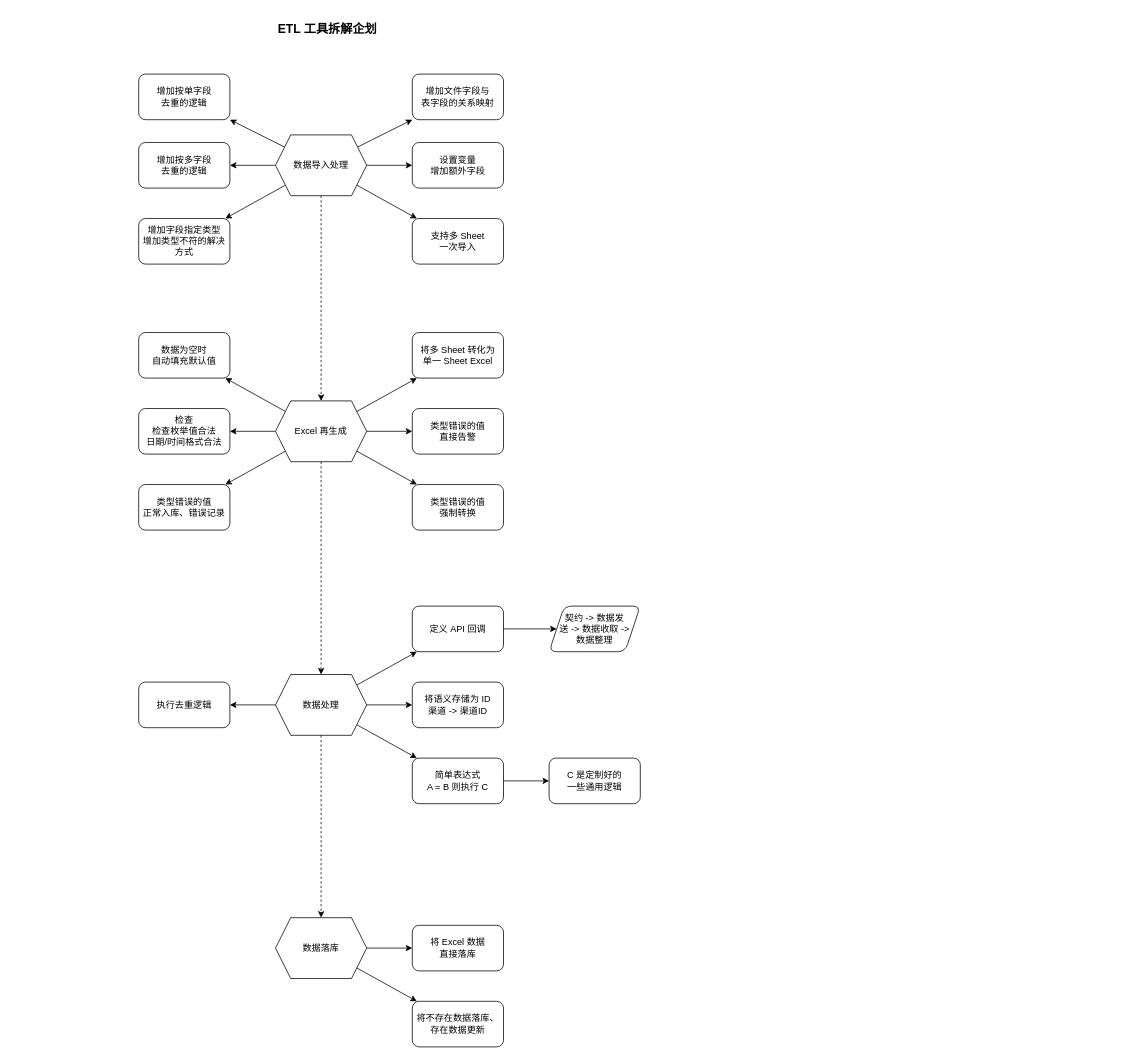
Earlier version of the draw.io diagram page "Golang'ETL" (3 of 4) of 结构分析.drawio (uiosun/diagrams). Source tidied: cells renumbered, new cells numbered last; positions are measured from the earlier drawing's top-left corner, leaving out a move shared by most shapes. Both pictures are drawn from the tidied source at 76%, with x=0, y=0 at pixel (14, 13).
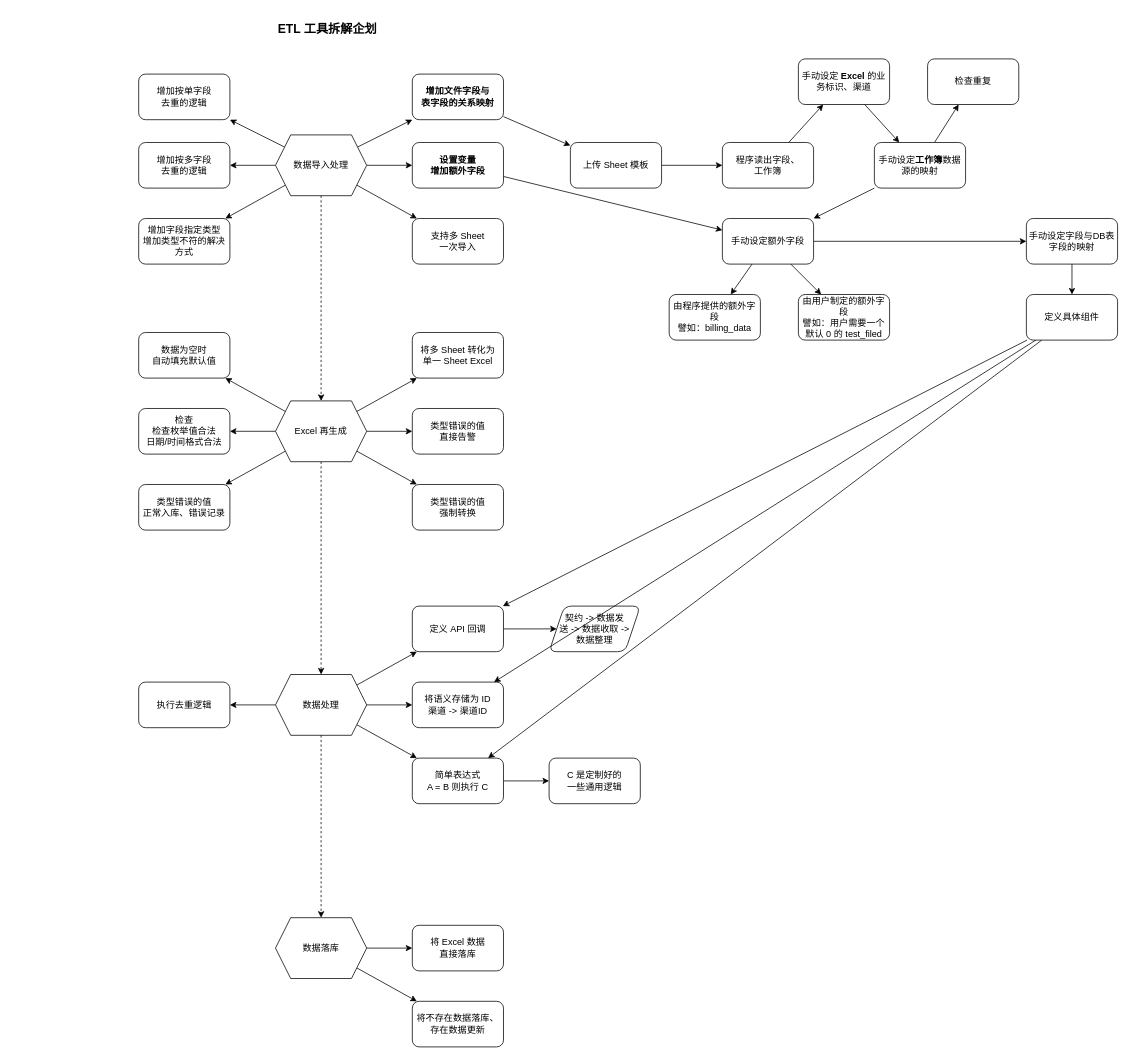
The same diagram, later.

Commit message:
ETL 流程更新

Unchanged cells that the change refers to:
```xml
<mxCell id="9" value="简单表达式&lt;br&gt;A = B 则执行 C" style="rounded=1;whiteSpace=wrap;html=1;" parent="1" vertex="1">
  <mxGeometry x="523" y="980" width="120" height="60" as="geometry" />
</mxCell>
<mxCell id="12" value="定义 API 回调" style="rounded=1;whiteSpace=wrap;html=1;" parent="1" vertex="1">
  <mxGeometry x="523" y="780" width="120" height="60" as="geometry" />
</mxCell>
<mxCell id="13" value="&lt;div&gt;将语义存储为 ID&lt;/div&gt;&lt;div&gt;渠道 -&amp;gt; 渠道ID&lt;/div&gt;" style="rounded=1;whiteSpace=wrap;html=1;" parent="1" vertex="1">
  <mxGeometry x="523" y="880" width="120" height="60" as="geometry" />
</mxCell>
<mxCell id="16" value="&lt;font style=&quot;font-size: 12px;&quot;&gt;数据处理&lt;/font&gt;" style="shape=hexagon;perimeter=hexagonPerimeter2;whiteSpace=wrap;html=1;fixedSize=1;fontFamily=Helvetica;fontSize=11;fontColor=default;" parent="1" vertex="1">
  <mxGeometry x="343" y="870" width="120" height="80" as="geometry" />
</mxCell>
```

Change to the diagram source:
```diff
@@
-    <mxCell id="3" style="rounded=0;jettySize=auto;html=1;" parent="1" edge="1" source="16" target="12">
-      <mxGeometry relative="1" as="geometry" />
+    <mxCell id="3" style="rounded=0;jettySize=auto;html=1;" parent="1" edge="1" source="16">
+      <mxGeometry relative="1" as="geometry">
+        <mxPoint x="529" y="840" as="targetPoint" />
+      </mxGeometry>
     </mxCell>
     <mxCell id="4" value="&lt;font style=&quot;font-size: 16px;&quot;&gt;&lt;b&gt;ETL 工具拆解企划&lt;/b&gt;&lt;/font&gt;" style="text;html=1;strokeColor=none;fillColor=none;align=center;verticalAlign=middle;whiteSpace=wrap;rounded=0;" parent="1" vertex="1">
-      <mxGeometry width="823" height="40" as="geometry" />
+      <mxGeometry x="-2" width="827" height="40" as="geometry" />
     </mxCell>
@@
+    <mxCell id="50" style="edgeStyle=none;rounded=0;jettySize=auto;html=1;" parent="1" edge="1" source="6" target="67">
+      <mxGeometry relative="1" as="geometry" />
+    </mxCell>
-    <mxCell id="6" value="设置变量&lt;br&gt;增加额外字段" style="rounded=1;whiteSpace=wrap;html=1;" parent="1" vertex="1">
+    <mxCell id="6" value="设置变量&lt;br&gt;增加额外字段" style="rounded=1;whiteSpace=wrap;html=1;fontStyle=1;" parent="1" vertex="1">
       <mxGeometry x="523" y="170" width="120" height="60" as="geometry" />
     </mxCell>
@@
+    <mxCell id="51" style="edgeStyle=none;rounded=0;jettySize=auto;html=1;" parent="1" edge="1" source="21" target="53">
+      <mxGeometry relative="1" as="geometry" />
+    </mxCell>
-    <mxCell id="21" value="增加文件字段与&lt;br&gt;表字段的关系映射" style="rounded=1;whiteSpace=wrap;html=1;" parent="1" vertex="1">
+    <mxCell id="21" value="增加文件字段与&lt;br&gt;表字段的关系映射" style="rounded=1;whiteSpace=wrap;html=1;fontStyle=1;" parent="1" vertex="1">
       <mxGeometry x="523" y="80" width="120" height="60" as="geometry" />
     </mxCell>
@@
+    <mxCell id="52" style="edgeStyle=orthogonalEdgeStyle;rounded=0;jettySize=auto;html=1;" parent="1" edge="1" source="53" target="55">
+      <mxGeometry relative="1" as="geometry" />
+    </mxCell>
+    <mxCell id="53" value="上传 Sheet 模板" style="rounded=1;whiteSpace=wrap;html=1;" parent="1" vertex="1">
+      <mxGeometry x="731" y="170" width="120" height="60" as="geometry" />
+    </mxCell>
+    <mxCell id="54" style="rounded=0;jettySize=auto;html=1;" parent="1" edge="1" source="55" target="63">
+      <mxGeometry relative="1" as="geometry" />
+    </mxCell>
+    <mxCell id="55" value="&lt;span style=&quot;font-weight: 400;&quot;&gt;程序读出字段、&lt;br&gt;工作簿&lt;/span&gt;" style="rounded=1;whiteSpace=wrap;html=1;fontStyle=1;" parent="1" vertex="1">
+      <mxGeometry x="931" y="170" width="120" height="60" as="geometry" />
+    </mxCell>
+    <mxCell id="56" style="rounded=0;jettySize=auto;html=1;" parent="1" edge="1" source="58" target="61">
+      <mxGeometry relative="1" as="geometry" />
+    </mxCell>
+    <mxCell id="57" style="edgeStyle=none;rounded=0;jettySize=auto;html=1;" parent="1" edge="1" source="58" target="67">
+      <mxGeometry relative="1" as="geometry" />
+    </mxCell>
+    <mxCell id="58" value="&lt;span style=&quot;font-weight: normal;&quot;&gt;手动设定&lt;/span&gt;工作簿&lt;span style=&quot;font-weight: normal;&quot;&gt;数据源的映射&lt;/span&gt;" style="rounded=1;whiteSpace=wrap;html=1;fontStyle=1;" parent="1" vertex="1">
+      <mxGeometry x="1131" y="170" width="120" height="60" as="geometry" />
+    </mxCell>
+    <mxCell id="59" style="edgeStyle=none;rounded=0;jettySize=auto;html=1;" parent="1" edge="1" source="60" target="73">
+      <mxGeometry relative="1" as="geometry" />
+    </mxCell>
+    <mxCell id="60" value="&lt;span style=&quot;font-weight: normal;&quot;&gt;手动设定&lt;/span&gt;&lt;span style=&quot;font-weight: 400;&quot;&gt;字段与DB表字段的&lt;/span&gt;&lt;span style=&quot;font-weight: normal;&quot;&gt;映射&lt;/span&gt;" style="rounded=1;whiteSpace=wrap;html=1;fontStyle=1;" parent="1" vertex="1">
+      <mxGeometry x="1331" y="270" width="120" height="60" as="geometry" />
+    </mxCell>
+    <mxCell id="61" value="&lt;span style=&quot;font-weight: normal;&quot;&gt;检查重复&lt;/span&gt;" style="rounded=1;whiteSpace=wrap;html=1;fontStyle=1;" parent="1" vertex="1">
+      <mxGeometry x="1201" y="60" width="120" height="60" as="geometry" />
+    </mxCell>
+    <mxCell id="62" style="edgeStyle=none;rounded=0;jettySize=auto;html=1;" parent="1" edge="1" source="63" target="58">
+      <mxGeometry relative="1" as="geometry" />
+    </mxCell>
+    <mxCell id="63" value="手动设定 &lt;b&gt;Excel&lt;/b&gt; 的业务标识、渠道" style="rounded=1;whiteSpace=wrap;html=1;fontStyle=0;" parent="1" vertex="1">
+      <mxGeometry x="1031" y="60" width="120" height="60" as="geometry" />
+    </mxCell>
+    <mxCell id="64" style="edgeStyle=none;rounded=0;jettySize=auto;html=1;" parent="1" edge="1" source="67" target="60">
+      <mxGeometry relative="1" as="geometry" />
+    </mxCell>
+    <mxCell id="65" style="edgeStyle=none;rounded=0;jettySize=auto;html=1;" parent="1" edge="1" source="67" target="68">
+      <mxGeometry relative="1" as="geometry" />
+    </mxCell>
+    <mxCell id="66" style="edgeStyle=none;rounded=0;jettySize=auto;html=1;" parent="1" edge="1" source="67" target="69">
+      <mxGeometry relative="1" as="geometry" />
+    </mxCell>
+    <mxCell id="67" value="&lt;span style=&quot;font-weight: normal;&quot;&gt;手动设定额外字段&lt;/span&gt;" style="rounded=1;whiteSpace=wrap;html=1;fontStyle=1;" parent="1" vertex="1">
+      <mxGeometry x="931" y="270" width="120" height="60" as="geometry" />
+    </mxCell>
+    <mxCell id="68" value="&lt;span style=&quot;font-weight: normal;&quot;&gt;由程序提供的&lt;/span&gt;&lt;span style=&quot;font-weight: 400;&quot;&gt;额外字段&lt;/span&gt;&lt;br&gt;&lt;span style=&quot;font-weight: normal;&quot;&gt;譬如：billing_data&lt;/span&gt;" style="rounded=1;whiteSpace=wrap;html=1;fontStyle=1;" parent="1" vertex="1">
+      <mxGeometry x="861" y="370" width="120" height="60" as="geometry" />
+    </mxCell>
+    <mxCell id="69" value="&lt;span style=&quot;font-weight: normal;&quot;&gt;由用户制定的&lt;/span&gt;&lt;span style=&quot;font-weight: 400;&quot;&gt;额外字段&lt;/span&gt;&lt;br&gt;&lt;span style=&quot;font-weight: normal;&quot;&gt;譬如：用户需要一个默认 0 的 test_filed&lt;/span&gt;" style="rounded=1;whiteSpace=wrap;html=1;fontStyle=1;" parent="1" vertex="1">
+      <mxGeometry x="1031" y="370" width="120" height="60" as="geometry" />
+    </mxCell>
+    <mxCell id="70" style="edgeStyle=none;rounded=0;jettySize=auto;html=1;" parent="1" edge="1" source="73" target="12">
+      <mxGeometry relative="1" as="geometry" />
+    </mxCell>
+    <mxCell id="71" style="edgeStyle=none;rounded=0;jettySize=auto;html=1;" parent="1" edge="1" source="73" target="13">
+      <mxGeometry relative="1" as="geometry" />
+    </mxCell>
+    <mxCell id="72" style="edgeStyle=none;rounded=0;jettySize=auto;html=1;" parent="1" edge="1" source="73" target="9">
+      <mxGeometry relative="1" as="geometry" />
+    </mxCell>
+    <mxCell id="73" value="&lt;span style=&quot;font-weight: normal;&quot;&gt;定义具体组件&lt;/span&gt;" style="rounded=1;whiteSpace=wrap;html=1;fontStyle=1;" parent="1" vertex="1">
+      <mxGeometry x="1331" y="370" width="120" height="60" as="geometry" />
+    </mxCell>
```
